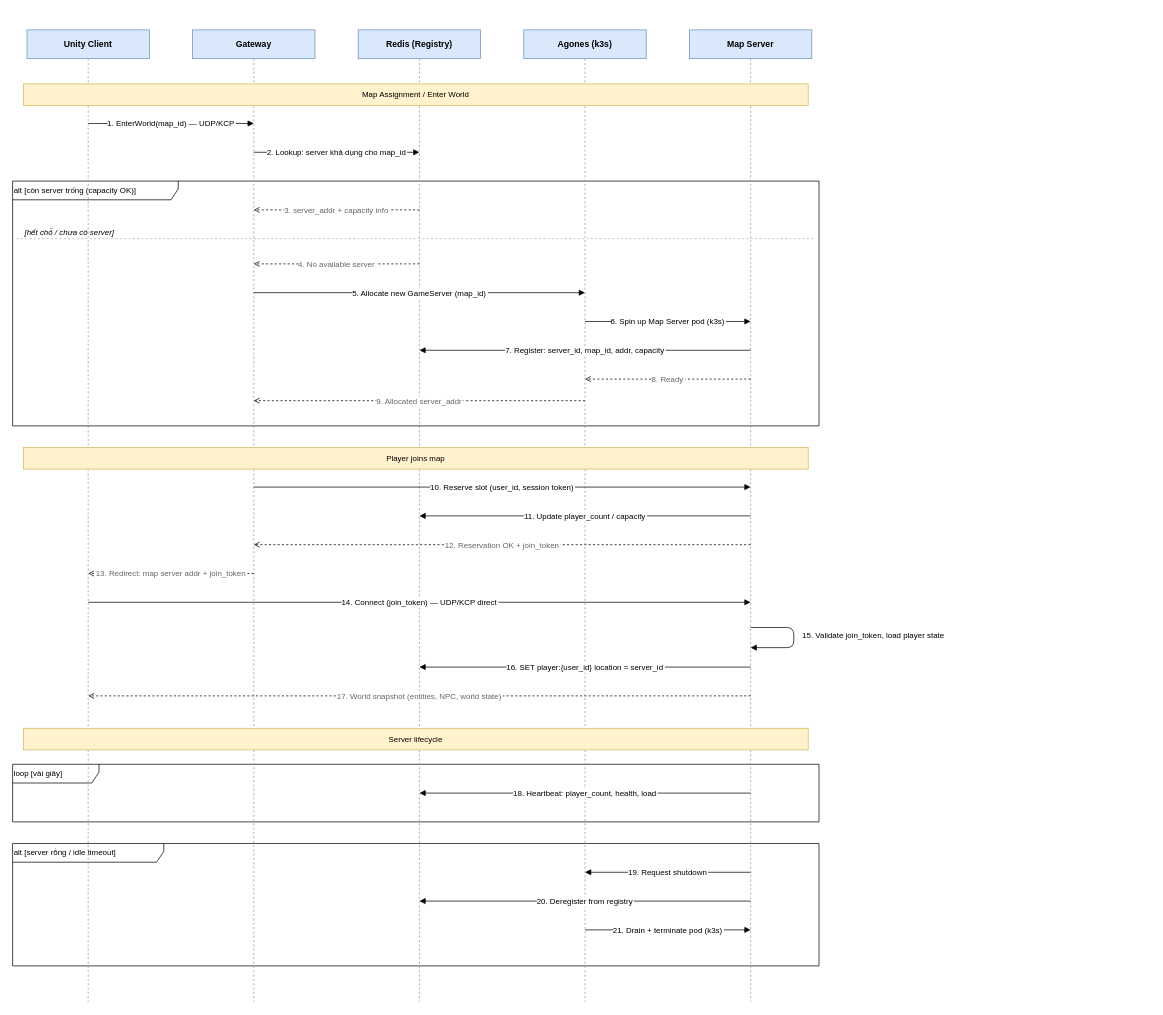
Earlier version of the draw.io diagram page "3. Map Assignment" (3 of 11) of IdeaATeckStack/RPG-MMO-indie.drawio (Cuvara/rpg-mmo-server). Source tidied: cells renumbered, new cells numbered last; positions are measured from the earlier drawing's top-left corner, leaving out a move shared by most shapes. Both pictures are drawn from the tidied source at 72%, with x=0, y=0 at pixel (12, 30).
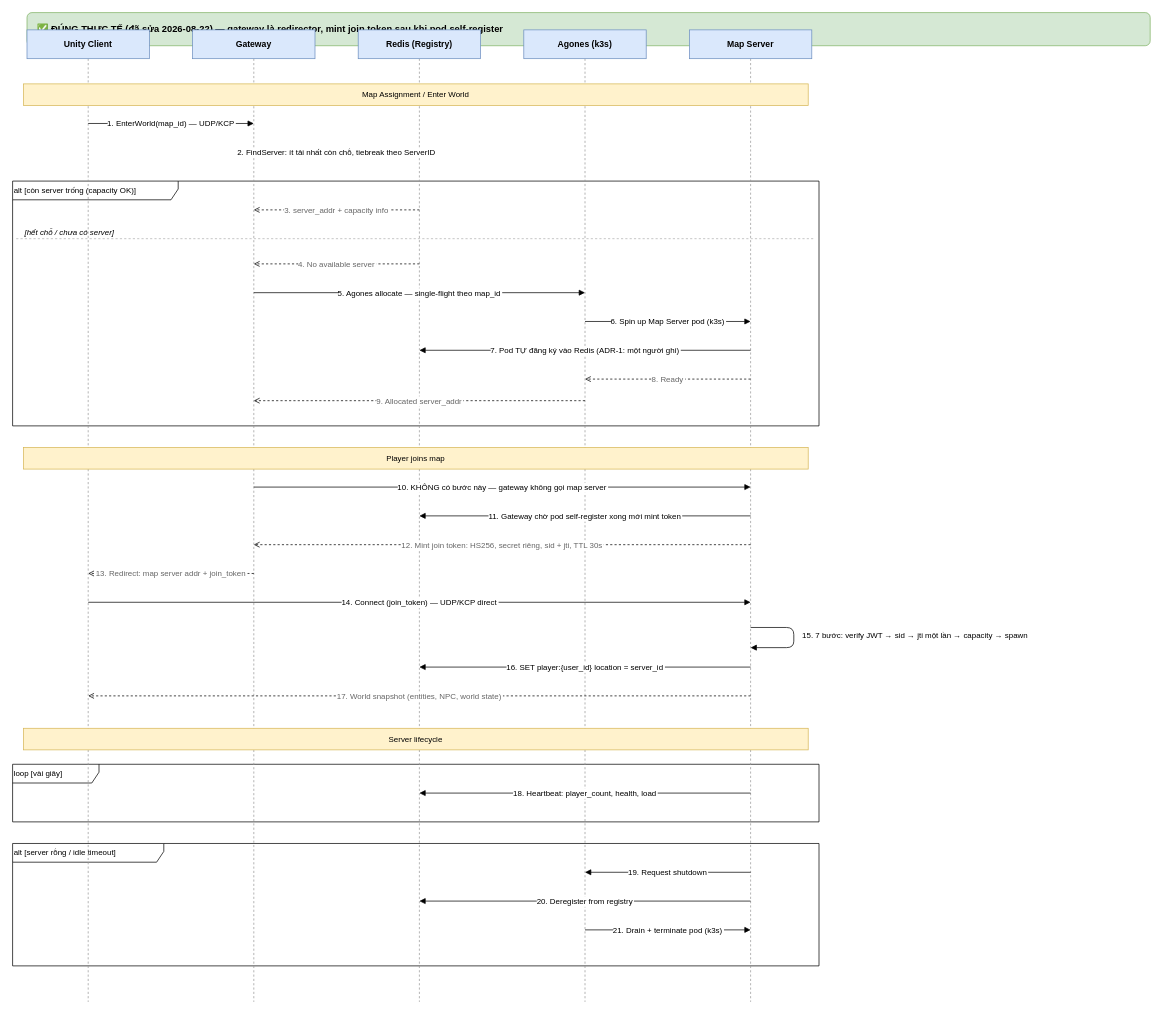
The same page after the edit.

Diff of the diagram source:
```diff
@@
+    <mxCell id="42" value="✅ ĐÚNG THỰC TẾ (đã sửa 2026-08-22) — gateway là redirector, mint join token sau khi pod self-register" style="rounded=1;whiteSpace=wrap;html=1;fillColor=#d5e8d4;strokeColor=#82b366;fontSize=13;fontStyle=1;align=left;spacingLeft=12;verticalAlign=middle;" parent="1" vertex="1">
+      <mxGeometry x="20" y="-24" width="1560" height="46" as="geometry" />
+    </mxCell>
@@
-    <mxCell id="13" value="2. Lookup: server khả dụng cho map_id" style="endArrow=block;fontSize=11;labelBackgroundColor=#ffffff;" parent="1" edge="1">
+    <mxCell id="13" value="2. FindServer: ít tải nhất còn chỗ, tiebreak theo ServerID" style="endArrow=block;fontSize=11;labelBackgroundColor=#ffffff;" parent="1" edge="1">
       <mxGeometry relative="1" as="geometry">
         <mxPoint x="335" y="170" as="sourcePoint" />
         <mxPoint x="565" y="170" as="targetPoint" />
       </mxGeometry>
     </mxCell>
@@
-    <mxCell id="17" value="5. Allocate new GameServer (map_id)" style="endArrow=block;fontSize=11;labelBackgroundColor=#ffffff;" parent="1" edge="1">
+    <mxCell id="17" value="5. Agones allocate — single-flight theo map_id" style="endArrow=block;fontSize=11;labelBackgroundColor=#ffffff;" parent="1" edge="1">
       <mxGeometry relative="1" as="geometry">
         <mxPoint x="335" y="365" as="sourcePoint" />
         <mxPoint x="795" y="365" as="targetPoint" />
       </mxGeometry>
     </mxCell>
@@
-    <mxCell id="19" value="7. Register: server_id, map_id, addr, capacity" style="endArrow=block;fontSize=11;labelBackgroundColor=#ffffff;" parent="1" edge="1">
+    <mxCell id="19" value="7. Pod TỰ đăng ký vào Redis (ADR-1: một người ghi)" style="endArrow=block;fontSize=11;labelBackgroundColor=#ffffff;" parent="1" edge="1">
       <mxGeometry relative="1" as="geometry">
         <mxPoint x="1025" y="445" as="sourcePoint" />
         <mxPoint x="565" y="445" as="targetPoint" />
       </mxGeometry>
     </mxCell>
@@
-    <mxCell id="23" value="10. Reserve slot (user_id, session token)" style="endArrow=block;fontSize=11;labelBackgroundColor=#ffffff;" parent="1" edge="1">
+    <mxCell id="23" value="10. KHÔNG có bước này — gateway không gọi map server" style="endArrow=block;fontSize=11;labelBackgroundColor=#ffffff;" parent="1" edge="1">
       <mxGeometry relative="1" as="geometry">
         <mxPoint x="335" y="635" as="sourcePoint" />
         <mxPoint x="1025" y="635" as="targetPoint" />
       </mxGeometry>
     </mxCell>
-    <mxCell id="24" value="11. Update player_count / capacity" style="endArrow=block;fontSize=11;labelBackgroundColor=#ffffff;" parent="1" edge="1">
+    <mxCell id="24" value="11. Gateway chờ pod self-register xong mới mint token" style="endArrow=block;fontSize=11;labelBackgroundColor=#ffffff;" parent="1" edge="1">
       <mxGeometry relative="1" as="geometry">
         <mxPoint x="1025" y="675" as="sourcePoint" />
         <mxPoint x="565" y="675" as="targetPoint" />
       </mxGeometry>
     </mxCell>
-    <mxCell id="25" value="12. Reservation OK + join_token" style="endArrow=open;dashed=1;fontSize=11;labelBackgroundColor=#ffffff;fontColor=#666666;" parent="1" edge="1">
+    <mxCell id="25" value="12. Mint join token: HS256, secret riêng, sid + jti, TTL 30s" style="endArrow=open;dashed=1;fontSize=11;labelBackgroundColor=#ffffff;fontColor=#666666;" parent="1" edge="1">
       <mxGeometry relative="1" as="geometry">
         <mxPoint x="1025" y="715" as="sourcePoint" />
         <mxPoint x="335" y="715" as="targetPoint" />
       </mxGeometry>
     </mxCell>
@@
-    <mxCell id="29" value="15. Validate join_token, load player state" style="text;align=left;fontSize=11;" parent="1" vertex="1">
+    <mxCell id="29" value="15. 7 bước: verify JWT → sid → jti một lần → capacity → spawn" style="text;align=left;fontSize=11;" parent="1" vertex="1">
       <mxGeometry x="1095" y="828" width="280" height="20" as="geometry" />
     </mxCell>
```
